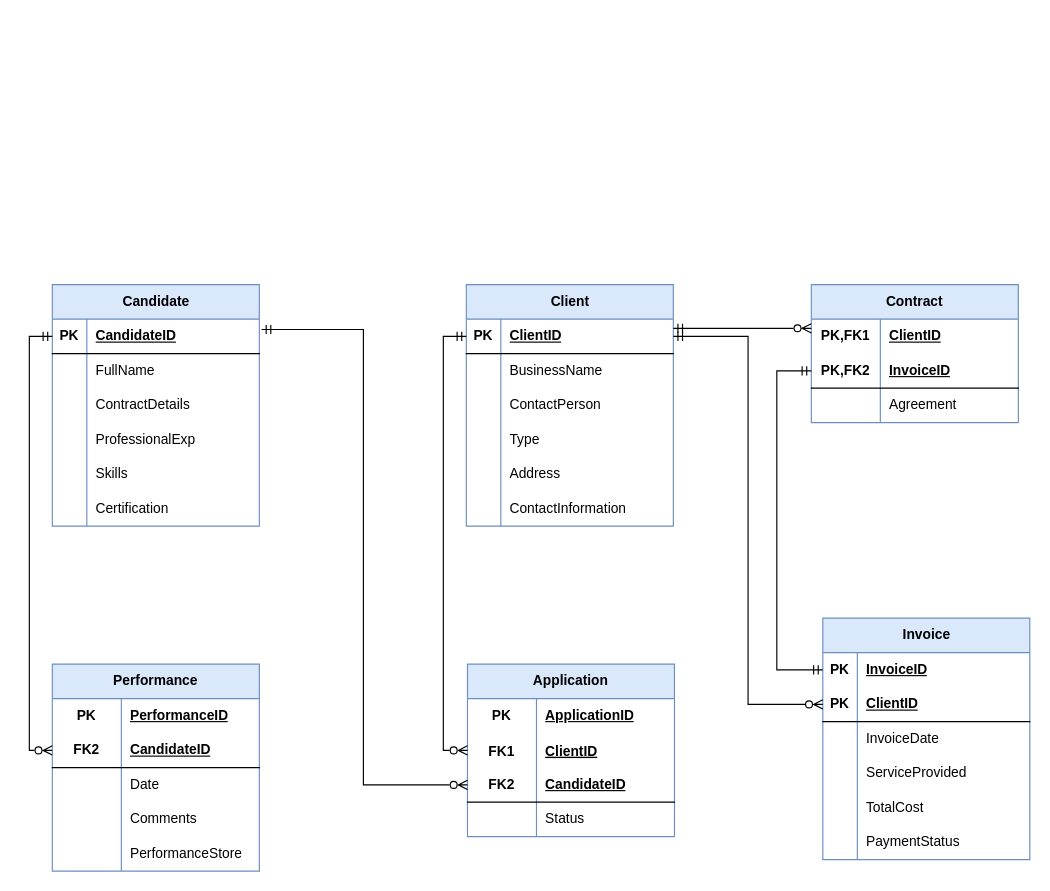
This is Untitled Diagram.drawio from JPGR11/DataBaseCompetition, a draw.io file, before an edit. Source tidied: cells renumbered, new cells numbered last; positions are measured from the earlier drawing's top-left corner, leaving out a move shared by most shapes. Both pictures are drawn from the tidied source at 115%, with x=0, y=0 at pixel (29, 284).
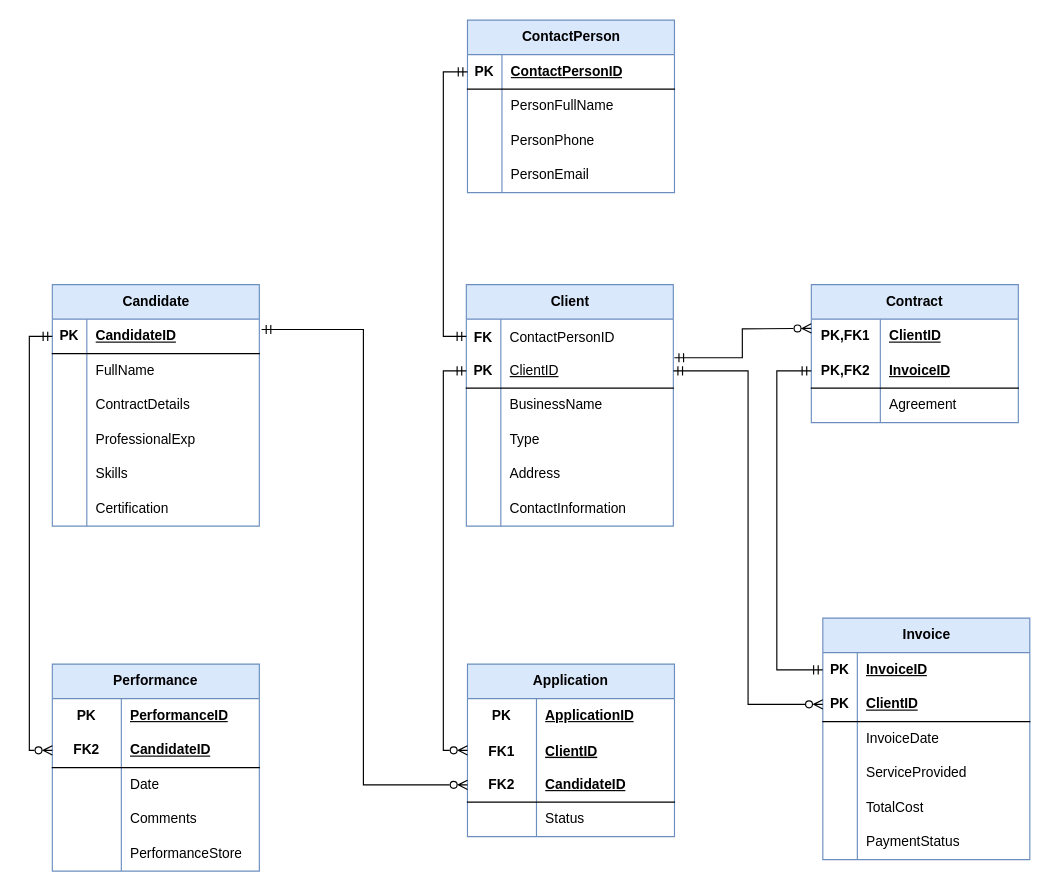
After the change.

Unchanged cells that the change refers to:
```xml
<mxCell id="21" value="Client" style="shape=table;startSize=30;childLayout=tableLayout;rowLines=0;fontStyle=1;align=center;html=1;fillColor=#dae8fc;strokeColor=#6c8ebf;" parent="1" vertex="1">
  <mxGeometry x="380" width="180" height="210" as="geometry" />
</mxCell>
```

Diff of the diagram source:
```diff
@@
+    <mxCell id="104" style="shape=tableRow;horizontal=0;startSize=0;swimlaneHead=0;swimlaneBody=0;fillColor=none;points=[[0,0.5],[1,0.5]];portConstraint=eastwest;top=0;left=0;right=0;bottom=0;" parent="21" vertex="1">
+      <mxGeometry y="30" width="180" height="30" as="geometry" />
+    </mxCell>
+    <mxCell id="105" value="FK" style="shape=partialRectangle;fillColor=none;top=0;left=0;bottom=0;right=0;overflow=hidden;fontStyle=1;" parent="104" vertex="1">
+      <mxGeometry width="30" height="30" as="geometry" />
+    </mxCell>
+    <mxCell id="106" value="ContactPersonID" style="shape=partialRectangle;fillColor=none;top=0;left=0;bottom=0;right=0;align=left;spacingLeft=6;overflow=hidden;" parent="104" vertex="1">
+      <mxGeometry x="30" width="150" height="30" as="geometry" />
+    </mxCell>
     <mxCell id="22" style="shape=tableRow;horizontal=0;startSize=0;swimlaneHead=0;swimlaneBody=0;fillColor=none;points=[[0,0.5],[1,0.5]];portConstraint=eastwest;top=0;left=0;right=0;bottom=1;" parent="21" vertex="1">
-      <mxGeometry y="30" width="180" height="30" as="geometry" />
+      <mxGeometry y="60" width="180" height="30" as="geometry" />
     </mxCell>
@@
-    <mxCell id="24" value="ClientID" style="shape=partialRectangle;fillColor=none;top=0;left=0;bottom=0;right=0;align=left;spacingLeft=6;fontStyle=5;overflow=hidden;whiteSpace=wrap;html=1;" parent="22" vertex="1">
+    <mxCell id="24" value="&lt;span style=&quot;font-weight: 400; text-wrap-mode: nowrap;&quot;&gt;ClientID&lt;/span&gt;" style="shape=partialRectangle;fillColor=none;top=0;left=0;bottom=0;right=0;align=left;spacingLeft=6;fontStyle=5;overflow=hidden;whiteSpace=wrap;html=1;" parent="22" vertex="1">
       <mxGeometry x="30" width="150" height="30" as="geometry" />
     </mxCell>
     <mxCell id="25" style="shape=tableRow;horizontal=0;startSize=0;swimlaneHead=0;swimlaneBody=0;fillColor=none;top=0;left=0;right=0;bottom=0;" parent="21" vertex="1">
-      <mxGeometry y="60" width="180" height="30" as="geometry" />
+      <mxGeometry y="90" width="180" height="30" as="geometry" />
     </mxCell>
@@
-    <mxCell id="28" style="shape=tableRow;horizontal=0;startSize=0;swimlaneHead=0;swimlaneBody=0;fillColor=none;top=0;left=0;right=0;bottom=0;" parent="21" vertex="1">
-      <mxGeometry y="90" width="180" height="30" as="geometry" />
-    </mxCell>
-    <mxCell id="29" style="shape=partialRectangle;fillColor=none;top=0;left=0;bottom=0;right=0;overflow=hidden;whiteSpace=wrap;html=1;" parent="28" vertex="1">
-      <mxGeometry width="30" height="30" as="geometry" />
-    </mxCell>
-    <mxCell id="30" value="ContactPerson" style="shape=partialRectangle;fillColor=none;top=0;left=0;bottom=0;right=0;align=left;spacingLeft=6;overflow=hidden;whiteSpace=wrap;html=1;" parent="28" vertex="1">
-      <mxGeometry x="30" width="150" height="30" as="geometry" />
-    </mxCell>
@@
-    <mxCell id="102" style="edgeStyle=orthogonalEdgeStyle;rounded=0;orthogonalLoop=1;jettySize=auto;html=1;entryX=0;entryY=0.5;entryDx=0;entryDy=0;endArrow=ERzeroToMany;endFill=0;startArrow=ERmandOne;startFill=0;" parent="1" edge="1">
+    <mxCell id="102" style="edgeStyle=orthogonalEdgeStyle;rounded=0;jettySize=auto;html=1;entryX=0;entryY=0.5;entryDx=0;entryDy=0;endArrow=ERzeroToMany;endFill=0;startArrow=ERmandOne;startFill=0;exitX=1.005;exitY=1.119;exitDx=0;exitDy=0;exitPerimeter=0;" parent="1" edge="1" source="104">
       <mxGeometry relative="1" as="geometry">
-        <mxPoint x="560" y="38" as="sourcePoint" />
         <mxPoint x="680" y="38" as="targetPoint" />
       </mxGeometry>
     </mxCell>
@@
+    <mxCell id="30" value="ContactPerson" style="shape=table;startSize=30;childLayout=tableLayout;rowLines=0;fontStyle=1;align=center;html=1;fillColor=#dae8fc;strokeColor=#6c8ebf;" parent="1" vertex="1">
+      <mxGeometry x="381" y="-230" width="180" height="150" as="geometry" />
+    </mxCell>
+    <mxCell id="107" style="shape=tableRow;horizontal=0;startSize=0;swimlaneHead=0;swimlaneBody=0;fillColor=none;points=[[0,0.5],[1,0.5]];portConstraint=eastwest;top=0;left=0;right=0;bottom=1;" parent="30" vertex="1">
+      <mxGeometry y="30" width="180" height="30" as="geometry" />
+    </mxCell>
+    <mxCell id="108" value="PK" style="shape=partialRectangle;fillColor=none;top=0;left=0;bottom=0;right=0;fontStyle=1;overflow=hidden;whiteSpace=wrap;html=1;" parent="107" vertex="1">
+      <mxGeometry width="30" height="30" as="geometry" />
+    </mxCell>
+    <mxCell id="109" value="ContactPersonID" style="shape=partialRectangle;fillColor=none;top=0;left=0;bottom=0;right=0;align=left;spacingLeft=6;fontStyle=5;overflow=hidden;whiteSpace=wrap;html=1;" parent="107" vertex="1">
+      <mxGeometry x="30" width="150" height="30" as="geometry" />
+    </mxCell>
+    <mxCell id="110" style="shape=tableRow;horizontal=0;startSize=0;swimlaneHead=0;swimlaneBody=0;fillColor=none;top=0;left=0;right=0;bottom=0;" parent="30" vertex="1">
+      <mxGeometry y="60" width="180" height="30" as="geometry" />
+    </mxCell>
+    <mxCell id="111" style="shape=partialRectangle;fillColor=none;top=0;left=0;bottom=0;right=0;overflow=hidden;whiteSpace=wrap;html=1;" parent="110" vertex="1">
+      <mxGeometry width="30" height="30" as="geometry" />
+    </mxCell>
+    <mxCell id="112" value="PersonFullName" style="shape=partialRectangle;fillColor=none;top=0;left=0;bottom=0;right=0;align=left;spacingLeft=6;overflow=hidden;whiteSpace=wrap;html=1;" parent="110" vertex="1">
+      <mxGeometry x="30" width="150" height="30" as="geometry" />
+    </mxCell>
+    <mxCell id="28" style="shape=tableRow;horizontal=0;startSize=0;swimlaneHead=0;swimlaneBody=0;fillColor=none;top=0;left=0;right=0;bottom=0;" parent="30" vertex="1">
+      <mxGeometry y="90" width="180" height="30" as="geometry" />
+    </mxCell>
+    <mxCell id="113" style="shape=partialRectangle;fillColor=none;top=0;left=0;bottom=0;right=0;overflow=hidden;whiteSpace=wrap;html=1;" parent="28" vertex="1">
+      <mxGeometry width="30" height="30" as="geometry" />
+    </mxCell>
+    <mxCell id="114" value="PersonPhone" style="shape=partialRectangle;fillColor=none;top=0;left=0;bottom=0;right=0;align=left;spacingLeft=6;overflow=hidden;whiteSpace=wrap;html=1;" parent="28" vertex="1">
+      <mxGeometry x="30" width="150" height="30" as="geometry" />
+    </mxCell>
+    <mxCell id="115" style="shape=tableRow;horizontal=0;startSize=0;swimlaneHead=0;swimlaneBody=0;fillColor=none;top=0;left=0;right=0;bottom=0;" parent="30" vertex="1">
+      <mxGeometry y="120" width="180" height="30" as="geometry" />
+    </mxCell>
+    <mxCell id="116" style="shape=partialRectangle;fillColor=none;top=0;left=0;bottom=0;right=0;overflow=hidden;whiteSpace=wrap;html=1;" parent="115" vertex="1">
+      <mxGeometry width="30" height="30" as="geometry" />
+    </mxCell>
+    <mxCell id="117" value="PersonEmail" style="shape=partialRectangle;fillColor=none;top=0;left=0;bottom=0;right=0;align=left;spacingLeft=6;overflow=hidden;whiteSpace=wrap;html=1;" parent="115" vertex="1">
+      <mxGeometry x="30" width="150" height="30" as="geometry" />
+    </mxCell>
+    <mxCell id="118" style="edgeStyle=orthogonalEdgeStyle;rounded=0;jettySize=auto;html=1;exitX=0;exitY=0.5;exitDx=0;exitDy=0;entryX=0;entryY=0.5;entryDx=0;entryDy=0;endArrow=ERmandOne;endFill=0;startArrow=ERmandOne;startFill=0;" parent="1" edge="1" source="107" target="104">
+      <mxGeometry relative="1" as="geometry" />
+    </mxCell>
```
